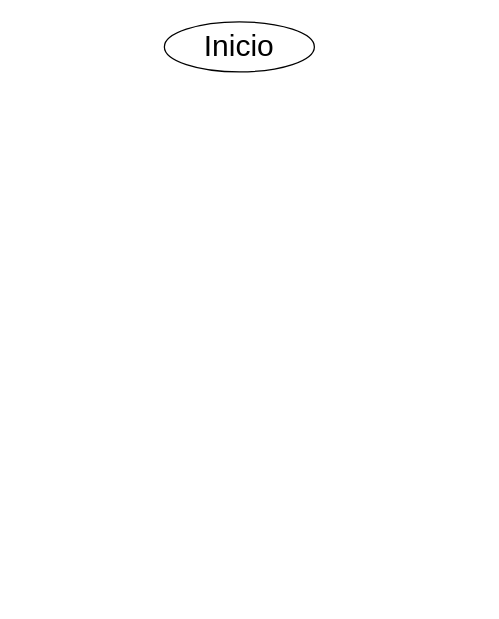
The draw.io diagram RH_demetido.drawio in Thiago163/caneta, before the edit. Source tidied: cells renumbered, new cells numbered last; positions are measured from the earlier drawing's top-left corner, leaving out a move shared by most shapes. Both pictures are drawn from the tidied source at 125%, with x=0, y=0 at pixel (164, 21).
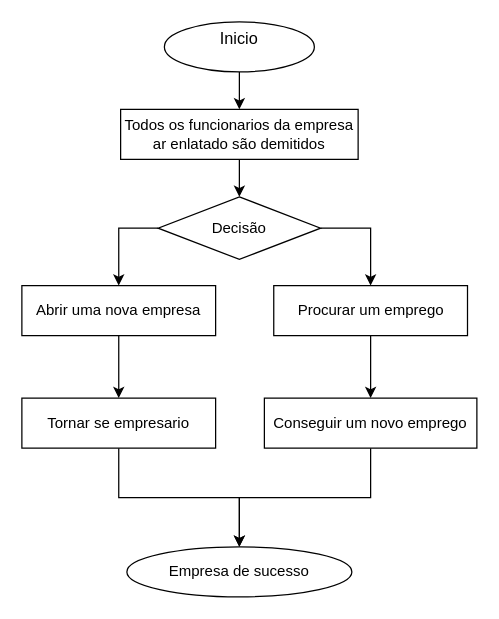
The same diagram, later.

Diff of the diagram source:
```diff
@@
 <mxGraphModel>
   <root>
     <mxCell id="0" />
     <mxCell id="1" parent="0" />
+    <mxCell id="3" style="edgeStyle=orthogonalEdgeStyle;rounded=0;jettySize=auto;html=1;exitX=0.5;exitY=1;exitDx=0;exitDy=0;entryX=0.5;entryY=0;entryDx=0;entryDy=0;" parent="1" edge="1" source="2" target="5">
+      <mxGeometry relative="1" as="geometry" />
+    </mxCell>
-    <mxCell id="2" value="&lt;font style=&quot;font-size: 24px;&quot;&gt;Inicio&lt;/font&gt;" style="ellipse;whiteSpace=wrap;html=1;shapeInside=1;" parent="1" vertex="1">
+    <mxCell id="2" value="&lt;font style=&quot;font-size: 13px;&quot;&gt;Inicio&lt;/font&gt;&lt;br&gt;&lt;div&gt;&lt;br&gt;&lt;/div&gt;" style="ellipse;whiteSpace=wrap;html=1;shapeInside=1;" parent="1" vertex="1">
       <mxGeometry width="120" height="40" as="geometry" />
     </mxCell>
+    <mxCell id="4" style="edgeStyle=orthogonalEdgeStyle;rounded=0;jettySize=auto;html=1;exitX=0.5;exitY=1;exitDx=0;exitDy=0;entryX=0.5;entryY=0;entryDx=0;entryDy=0;" parent="1" edge="1" source="5" target="8">
+      <mxGeometry relative="1" as="geometry" />
+    </mxCell>
+    <mxCell id="5" value="Todos os funcionarios da empresa ar enlatado&amp;nbsp;são demitidos" style="rounded=0;whiteSpace=wrap;html=1;" parent="1" vertex="1">
+      <mxGeometry x="-35" y="70" width="190" height="40" as="geometry" />
+    </mxCell>
+    <mxCell id="6" style="edgeStyle=orthogonalEdgeStyle;rounded=0;jettySize=auto;html=1;exitX=1;exitY=0.5;exitDx=0;exitDy=0;entryX=0.5;entryY=0;entryDx=0;entryDy=0;" parent="1" edge="1" source="8" target="12">
+      <mxGeometry relative="1" as="geometry" />
+    </mxCell>
+    <mxCell id="7" style="edgeStyle=orthogonalEdgeStyle;rounded=0;jettySize=auto;html=1;exitX=0;exitY=0.5;exitDx=0;exitDy=0;" parent="1" edge="1" source="8" target="10">
+      <mxGeometry relative="1" as="geometry" />
+    </mxCell>
+    <mxCell id="8" value="Decisão" style="rhombus;whiteSpace=wrap;html=1;shapeInside=1;" parent="1" vertex="1">
+      <mxGeometry x="-5" y="140" width="130" height="50" as="geometry" />
+    </mxCell>
+    <mxCell id="9" style="edgeStyle=orthogonalEdgeStyle;rounded=0;jettySize=auto;html=1;exitX=0.5;exitY=1;exitDx=0;exitDy=0;entryX=0.5;entryY=0;entryDx=0;entryDy=0;" parent="1" edge="1" source="10" target="14">
+      <mxGeometry relative="1" as="geometry" />
+    </mxCell>
+    <mxCell id="10" value="Abrir uma nova empresa" style="rounded=0;whiteSpace=wrap;html=1;" parent="1" vertex="1">
+      <mxGeometry x="-114" y="211" width="155" height="40" as="geometry" />
+    </mxCell>
+    <mxCell id="11" style="edgeStyle=orthogonalEdgeStyle;rounded=0;jettySize=auto;html=1;exitX=0.5;exitY=1;exitDx=0;exitDy=0;entryX=0.5;entryY=0;entryDx=0;entryDy=0;" parent="1" edge="1" source="12" target="16">
+      <mxGeometry relative="1" as="geometry" />
+    </mxCell>
+    <mxCell id="12" value="Procurar um emprego" style="rounded=0;whiteSpace=wrap;html=1;" parent="1" vertex="1">
+      <mxGeometry x="87.5" y="211" width="155" height="40" as="geometry" />
+    </mxCell>
+    <mxCell id="13" style="edgeStyle=orthogonalEdgeStyle;rounded=0;jettySize=auto;html=1;exitX=0.5;exitY=1;exitDx=0;exitDy=0;entryX=0.5;entryY=0;entryDx=0;entryDy=0;" parent="1" edge="1" source="14" target="17">
+      <mxGeometry relative="1" as="geometry" />
+    </mxCell>
+    <mxCell id="14" value="Tornar se empresario" style="rounded=0;whiteSpace=wrap;html=1;" parent="1" vertex="1">
+      <mxGeometry x="-114" y="301" width="155" height="40" as="geometry" />
+    </mxCell>
+    <mxCell id="15" style="edgeStyle=orthogonalEdgeStyle;rounded=0;jettySize=auto;html=1;exitX=0.5;exitY=1;exitDx=0;exitDy=0;" parent="1" edge="1" source="16" target="17">
+      <mxGeometry relative="1" as="geometry" />
+    </mxCell>
+    <mxCell id="16" value="Conseguir um novo emprego" style="rounded=0;whiteSpace=wrap;html=1;" parent="1" vertex="1">
+      <mxGeometry x="80" y="301" width="170" height="40" as="geometry" />
+    </mxCell>
+    <mxCell id="17" value="&lt;div&gt;Empresa de sucesso&lt;/div&gt;" style="ellipse;whiteSpace=wrap;html=1;shapeInside=1;" parent="1" vertex="1">
+      <mxGeometry x="-30" y="420" width="180" height="40" as="geometry" />
+    </mxCell>
   </root>
 </mxGraphModel>
```
